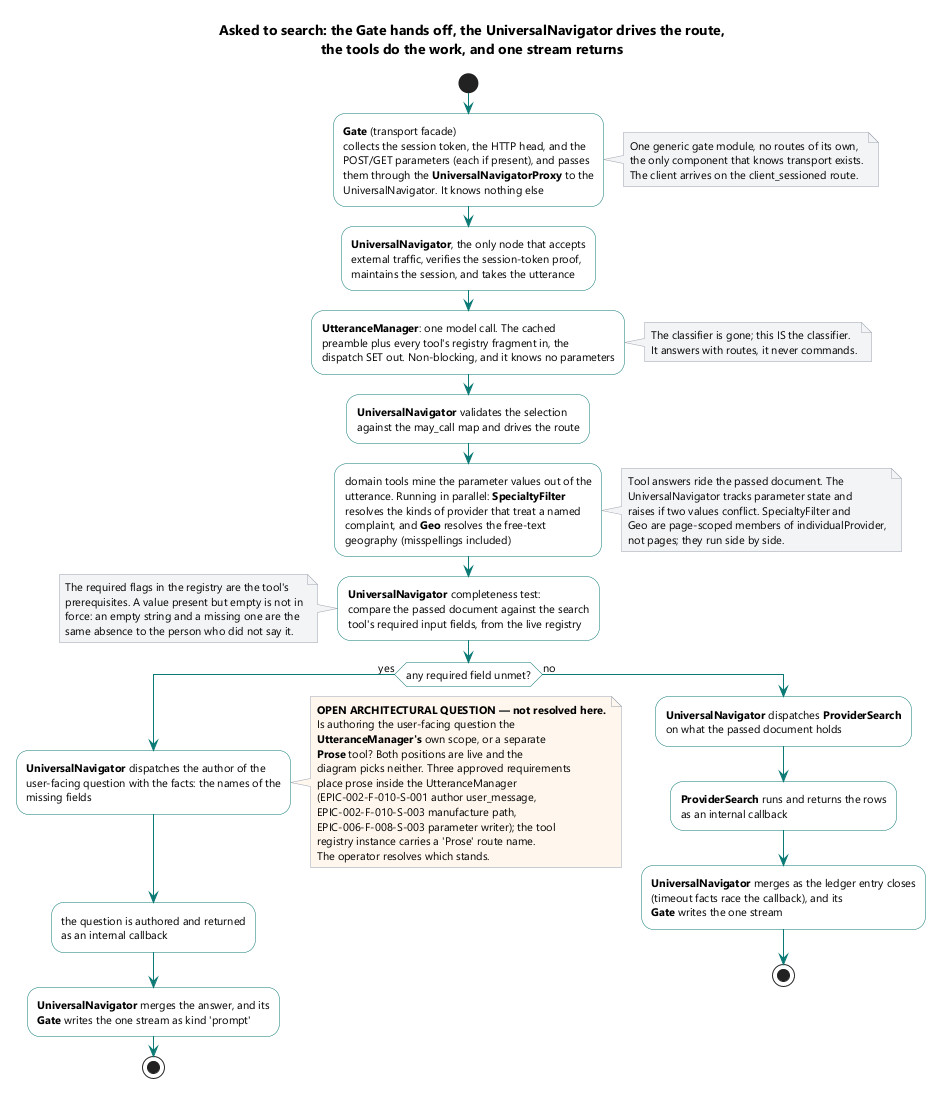
SkipSnow/ChatHealthyRepo keeps this PlantUML diagram as brain/machine_artifacts/diagramsAndImages/rendered/ss_parameter_resolution.png. Above is the earlier version.
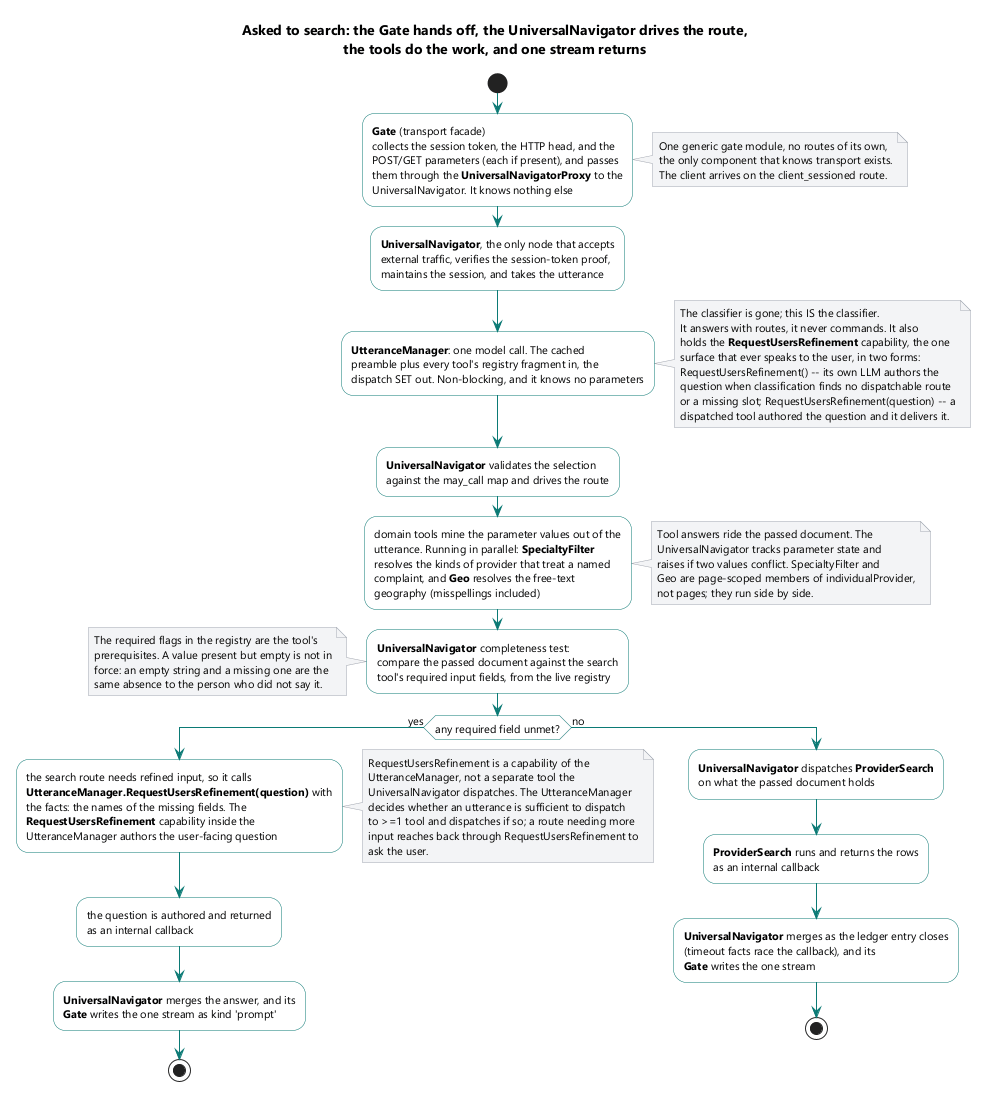
The same file after the commit.

What changed in the source:
```diff
@@ -36,7 +36,13 @@
 dispatch SET out. Non-blocking, and it knows no parameters;
 note right #f3f4f6
   The classifier is gone; this IS the classifier.
-  It answers with routes, it never commands.
+  It answers with routes, it never commands. It also
+  holds the **RequestUsersRefinement** capability, the one
+  surface that ever speaks to the user, in two forms:
+  RequestUsersRefinement() -- its own LLM authors the
+  question when classification finds no dispatchable route
+  or a missing slot; RequestUsersRefinement(question) -- a
+  dispatched tool authored the question and it delivers it.
 end note
 
 :**UniversalNavigator** validates the selection
@@ -66,21 +72,19 @@
 end note
 
 if (any required field unmet?) then (yes)
-  :**UniversalNavigator** dispatches the author of the
-  user-facing question with the facts: the names of the
-  missing fields;
-  note right #fff7ed
-    **OPEN ARCHITECTURAL QUESTION — not resolved here.**
-    Is authoring the user-facing question the
-    **UtteranceManager's** own scope, or a separate
-    **Prose** tool? Both positions are live and the
-    diagram picks neither. Three approved requirements
-    place prose inside the UtteranceManager
-    (EPIC-002-F-010-S-001 author user_message,
-    EPIC-002-F-010-S-003 manufacture path,
-    EPIC-006-F-008-S-003 parameter writer); the tool
-    registry instance carries a 'Prose' route name.
-    The operator resolves which stands.
+  :the search route needs refined input, so it calls
+  **UtteranceManager.RequestUsersRefinement(question)** with
+  the facts: the names of the missing fields. The
+  **RequestUsersRefinement** capability inside the
+  UtteranceManager authors the user-facing question;
+  note right #f3f4f6
+    RequestUsersRefinement is a capability of the
+    UtteranceManager, not a separate tool the
+    UniversalNavigator dispatches. The UtteranceManager
+    decides whether an utterance is sufficient to dispatch
+    to >=1 tool and dispatches if so; a route needing more
+    input reaches back through RequestUsersRefinement to
+    ask the user.
   end note
   :the question is authored and returned
   as an internal callback;
```
